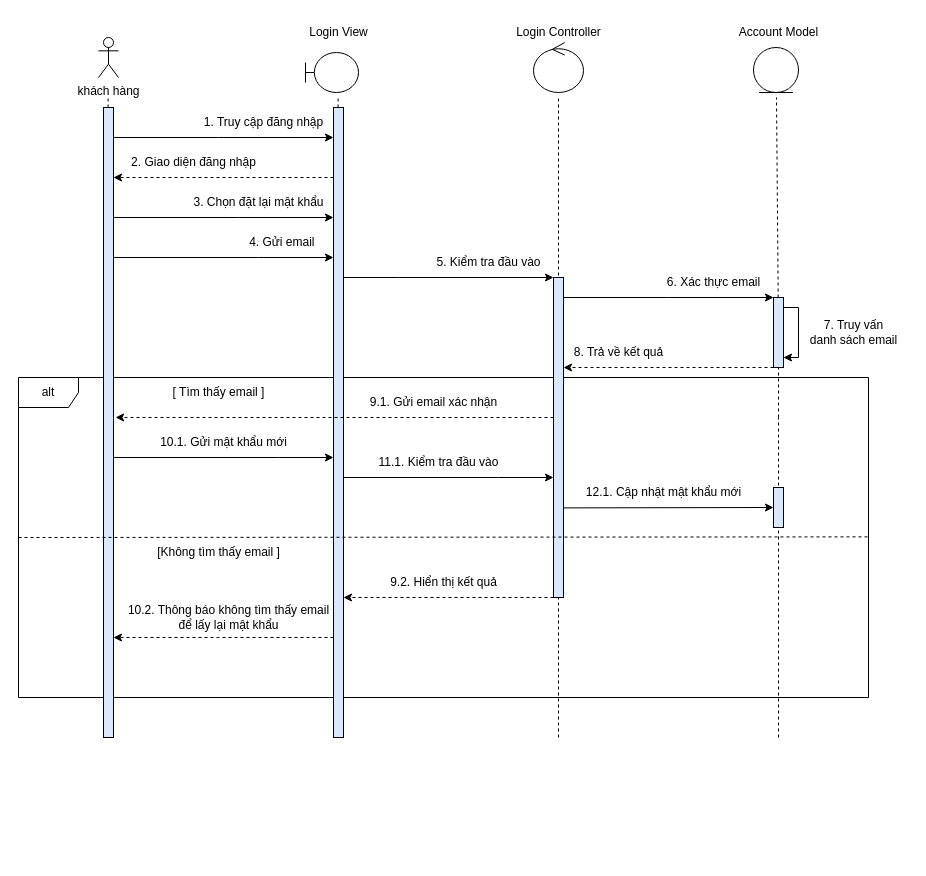
This is Nam3_HK1/CNPM_SoftTech/Sequence Diagrams/Quân Huỳnh/SD_QuênMậtKhẩu.drawio from EdgarIgnite16/SGU-Course, a draw.io file, before an edit. Source tidied: cells renumbered, new cells numbered last; positions are measured from the earlier drawing's top-left corner, leaving out a move shared by most shapes. Both pictures are drawn from the tidied source at 100%, with x=0, y=0 at pixel (18, 17).
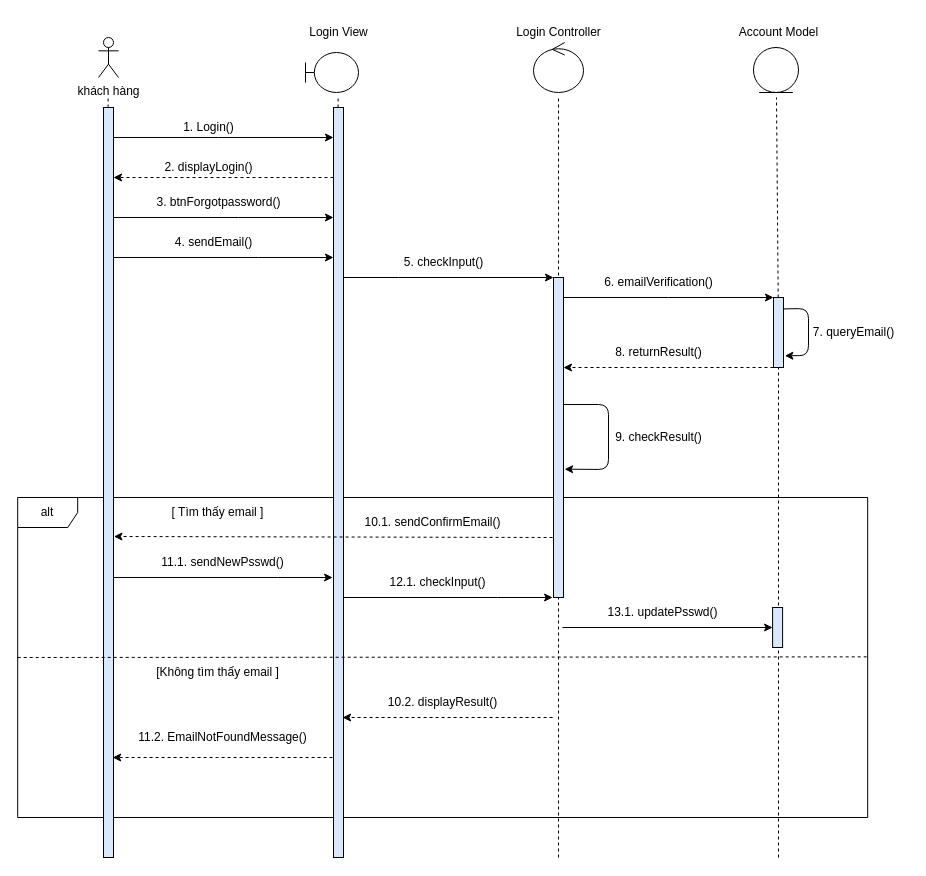
Above is the later version.

The change refers to these unchanged cells:
```xml
<mxCell id="11" style="rounded=0;whiteSpace=wrap;html=1;fillColor=#DAE8FC;" parent="1" vertex="1">
  <mxGeometry x="535" y="260" width="10" height="320" as="geometry" />
</mxCell>
<mxCell id="13" style="rounded=0;whiteSpace=wrap;html=1;fillColor=#DAE8FC;" parent="1" vertex="1">
  <mxGeometry x="755" y="280" width="10" height="70" as="geometry" />
</mxCell>
```

Change to the diagram source:
```diff
@@
     <mxCell id="2" value="alt" style="shape=umlFrame;whiteSpace=wrap;html=1;" parent="1" vertex="1">
-      <mxGeometry y="360" width="850" height="320" as="geometry" />
+      <mxGeometry x="-0.8" y="480" width="850" height="320" as="geometry" />
     </mxCell>
@@
     <mxCell id="6" style="endArrow=none;dashed=1;html=1;rounded=0;startArrow=none;" parent="1" edge="1">
       <mxGeometry relative="1" as="geometry">
-        <mxPoint x="540" y="720" as="sourcePoint" />
+        <mxPoint x="540" y="840" as="sourcePoint" />
         <mxPoint x="540" y="80" as="targetPoint" />
       </mxGeometry>
     </mxCell>
@@
-    <mxCell id="8" value="1. Truy cập đăng nhập" style="text;html=1;align=center;verticalAlign=middle;strokeColor=none;fillColor=none;" parent="1" vertex="1">
-      <mxGeometry x="175" y="90" width="140" height="30" as="geometry" />
+    <mxCell id="8" value="1. Login()" style="text;html=1;align=center;verticalAlign=middle;strokeColor=none;fillColor=none;" parent="1" vertex="1">
+      <mxGeometry x="155" y="100" width="70" height="20" as="geometry" />
     </mxCell>
@@
-    <mxCell id="10" style="edgeStyle=orthogonalEdgeStyle;rounded=0;jettySize=auto;html=1;dashed=1;" parent="1" edge="1" source="11" target="25">
+    <mxCell id="10" style="edgeStyle=orthogonalEdgeStyle;rounded=0;orthogonalLoop=1;jettySize=auto;html=1;dashed=1;" parent="1" edge="1">
       <mxGeometry relative="1" as="geometry">
+        <mxPoint x="534.1" y="700" as="sourcePoint" />
+        <mxPoint x="324.1" y="700" as="targetPoint" />
         <Array as="points">
-          <mxPoint x="430" y="580" />
-          <mxPoint x="430" y="580" />
+          <mxPoint x="429.1" y="700" />
+          <mxPoint x="429.1" y="700" />
         </Array>
       </mxGeometry>
     </mxCell>
@@
-    <mxCell id="23" style="edgeStyle=orthogonalEdgeStyle;rounded=0;jettySize=auto;html=1;" parent="1" edge="1" source="25" target="11">
+    <mxCell id="23" style="edgeStyle=orthogonalEdgeStyle;rounded=0;orthogonalLoop=1;jettySize=auto;html=1;" parent="1" edge="1">
       <mxGeometry relative="1" as="geometry">
+        <mxPoint x="324.1" y="580" as="sourcePoint" />
+        <mxPoint x="534.1" y="580" as="targetPoint" />
         <Array as="points">
-          <mxPoint x="480" y="460" />
-          <mxPoint x="480" y="460" />
+          <mxPoint x="479.1" y="580" />
+          <mxPoint x="479.1" y="580" />
         </Array>
       </mxGeometry>
     </mxCell>
-    <mxCell id="24" style="edgeStyle=orthogonalEdgeStyle;rounded=0;jettySize=auto;html=1;dashed=1;" parent="1" edge="1" source="25" target="38">
+    <mxCell id="24" style="edgeStyle=orthogonalEdgeStyle;rounded=0;orthogonalLoop=1;jettySize=auto;html=1;dashed=1;" parent="1" edge="1">
       <mxGeometry relative="1" as="geometry">
+        <mxPoint x="314.1" y="740" as="sourcePoint" />
+        <mxPoint x="94.2" y="740" as="targetPoint" />
         <Array as="points">
-          <mxPoint x="200" y="620" />
-          <mxPoint x="200" y="620" />
+          <mxPoint x="199.1" y="740" />
+          <mxPoint x="199.1" y="740" />
         </Array>
       </mxGeometry>
     </mxCell>
     <mxCell id="25" style="rounded=0;whiteSpace=wrap;html=1;fillColor=#DAE8FC;" parent="1" vertex="1">
-      <mxGeometry x="315" y="90" width="10" height="630" as="geometry" />
+      <mxGeometry x="315" y="90" width="10" height="750" as="geometry" />
     </mxCell>
-    <mxCell id="26" value="2. Giao diện đăng nhập" style="text;html=1;align=center;verticalAlign=middle;strokeColor=none;fillColor=none;" parent="1" vertex="1">
-      <mxGeometry x="100" y="130" width="150" height="30" as="geometry" />
+    <mxCell id="26" value="2. displayLogin()" style="text;html=1;align=center;verticalAlign=middle;strokeColor=none;fillColor=none;" parent="1" vertex="1">
+      <mxGeometry x="140" y="140" width="100" height="20" as="geometry" />
     </mxCell>
-    <mxCell id="27" value="3. Chọn đặt lại mật khẩu" style="text;html=1;align=center;verticalAlign=middle;strokeColor=none;fillColor=none;" parent="1" vertex="1">
-      <mxGeometry x="165" y="170" width="150" height="30" as="geometry" />
+    <mxCell id="27" value="3. btnForgotpassword()" style="text;html=1;align=center;verticalAlign=middle;strokeColor=none;fillColor=none;" parent="1" vertex="1">
+      <mxGeometry x="130" y="175" width="140" height="20" as="geometry" />
     </mxCell>
-    <mxCell id="28" value="4. Gửi email&amp;nbsp;" style="text;html=1;align=center;verticalAlign=middle;strokeColor=none;fillColor=none;" parent="1" vertex="1">
-      <mxGeometry x="220" y="210" width="90" height="30" as="geometry" />
+    <mxCell id="28" value="4. sendEmail()" style="text;html=1;align=center;verticalAlign=middle;strokeColor=none;fillColor=none;" parent="1" vertex="1">
+      <mxGeometry x="150" y="215" width="90" height="20" as="geometry" />
     </mxCell>
-    <mxCell id="29" value="5. Kiểm tra đầu vào" style="text;html=1;align=center;verticalAlign=middle;strokeColor=none;fillColor=none;" parent="1" vertex="1">
-      <mxGeometry x="405" y="230" width="130" height="30" as="geometry" />
+    <mxCell id="29" value="5. checkInput()" style="text;html=1;align=center;verticalAlign=middle;strokeColor=none;fillColor=none;" parent="1" vertex="1">
+      <mxGeometry x="380" y="235" width="90" height="20" as="geometry" />
     </mxCell>
-    <mxCell id="30" value="6. Xác thực email" style="text;html=1;align=center;verticalAlign=middle;strokeColor=none;fillColor=none;" parent="1" vertex="1">
-      <mxGeometry x="635" y="250" width="120" height="30" as="geometry" />
+    <mxCell id="30" value="6. emailVerification()" style="text;html=1;align=center;verticalAlign=middle;strokeColor=none;fillColor=none;" parent="1" vertex="1">
+      <mxGeometry x="580" y="255" width="120" height="20" as="geometry" />
     </mxCell>
-    <mxCell id="31" value="7. Truy vấn &lt;br&gt;danh sách email" style="text;html=1;align=center;verticalAlign=middle;strokeColor=none;fillColor=none;" parent="1" vertex="1">
-      <mxGeometry x="780" y="295" width="110" height="40" as="geometry" />
+    <mxCell id="31" value="7. queryEmail()" style="text;html=1;align=center;verticalAlign=middle;strokeColor=none;fillColor=none;" parent="1" vertex="1">
+      <mxGeometry x="785" y="305" width="100" height="20" as="geometry" />
     </mxCell>
-    <mxCell id="32" value="8. Trả về kết quả" style="text;html=1;align=center;verticalAlign=middle;strokeColor=none;fillColor=none;" parent="1" vertex="1">
-      <mxGeometry x="545" y="320" width="110" height="30" as="geometry" />
+    <mxCell id="32" value="8. returnResult()" style="text;html=1;align=center;verticalAlign=middle;strokeColor=none;fillColor=none;" parent="1" vertex="1">
+      <mxGeometry x="590" y="325" width="100" height="20" as="geometry" />
     </mxCell>
     <mxCell id="33" style="endArrow=none;dashed=1;html=1;rounded=0;startArrow=none;" parent="1" edge="1">
       <mxGeometry relative="1" as="geometry">
-        <mxPoint x="760" y="720" as="sourcePoint" />
+        <mxPoint x="760" y="840" as="sourcePoint" />
         <mxPoint x="760" y="400" as="targetPoint" />
       </mxGeometry>
     </mxCell>
@@
-    <mxCell id="37" style="edgeStyle=orthogonalEdgeStyle;rounded=0;jettySize=auto;html=1;" parent="1" edge="1" source="38" target="25">
+    <mxCell id="37" style="edgeStyle=orthogonalEdgeStyle;rounded=0;orthogonalLoop=1;jettySize=auto;html=1;" parent="1" edge="1">
       <mxGeometry relative="1" as="geometry">
+        <mxPoint x="94.2" y="560" as="sourcePoint" />
+        <mxPoint x="314.1" y="560" as="targetPoint" />
         <Array as="points">
-          <mxPoint x="260" y="440" />
-          <mxPoint x="260" y="440" />
+          <mxPoint x="259.1" y="560" />
+          <mxPoint x="259.1" y="560" />
         </Array>
       </mxGeometry>
     </mxCell>
     <mxCell id="38" style="rounded=0;whiteSpace=wrap;html=1;fillColor=#DAE8FC;" parent="1" vertex="1">
-      <mxGeometry x="85" y="90" width="10" height="630" as="geometry" />
+      <mxGeometry x="85" y="90" width="10" height="750" as="geometry" />
     </mxCell>
-    <mxCell id="39" style="endArrow=classic;html=1;rounded=0;dashed=1;exitX=0;exitY=0.5;exitDx=0;exitDy=0;entryX=1.207;entryY=0.492;entryDx=0;entryDy=0;entryPerimeter=0;" parent="1" edge="1" target="38">
+    <mxCell id="39" style="endArrow=classic;html=1;rounded=0;dashed=1;exitX=0;exitY=0.5;exitDx=0;exitDy=0;entryX=1.045;entryY=0.572;entryDx=0;entryDy=0;entryPerimeter=0;" parent="1" edge="1" target="38">
       <mxGeometry relative="1" as="geometry">
-        <mxPoint x="535" y="400" as="sourcePoint" />
+        <mxPoint x="534.1" y="520" as="sourcePoint" />
       </mxGeometry>
     </mxCell>
-    <mxCell id="40" style="edgeStyle=orthogonalEdgeStyle;rounded=0;orthogonalLoop=1;jettySize=auto;html=1;" parent="1" edge="1" source="13" target="13">
-      <mxGeometry relative="1" as="geometry">
-        <Array as="points">
-          <mxPoint x="780" y="290" />
-        </Array>
-      </mxGeometry>
-    </mxCell>
     <mxCell id="41" value="[ Tìm thấy email ]" style="text;html=1;align=center;verticalAlign=middle;strokeColor=none;fillColor=none;" parent="1" vertex="1">
-      <mxGeometry x="140" y="360" width="120" height="30" as="geometry" />
+      <mxGeometry x="139.2" y="480" width="120" height="30" as="geometry" />
     </mxCell>
-    <mxCell id="42" value="9.1. Gửi email xác nhận" style="text;html=1;align=center;verticalAlign=middle;strokeColor=none;fillColor=none;" parent="1" vertex="1">
-      <mxGeometry x="340" y="370" width="150" height="30" as="geometry" />
+    <mxCell id="42" value="10.1. sendConfirmEmail()" style="text;html=1;align=center;verticalAlign=middle;strokeColor=none;fillColor=none;" parent="1" vertex="1">
+      <mxGeometry x="339.1" y="495" width="150" height="20" as="geometry" />
     </mxCell>
-    <mxCell id="43" value="10.1. Gửi mật khẩu mới" style="text;html=1;align=center;verticalAlign=middle;strokeColor=none;fillColor=none;" parent="1" vertex="1">
-      <mxGeometry x="130" y="410" width="150" height="30" as="geometry" />
+    <mxCell id="43" value="11.1. sendNewPsswd()" style="text;html=1;align=center;verticalAlign=middle;strokeColor=none;fillColor=none;" parent="1" vertex="1">
+      <mxGeometry x="134.2" y="535" width="140" height="20" as="geometry" />
     </mxCell>
     <mxCell id="44" style="endArrow=none;dashed=1;html=1;rounded=0;entryX=1.002;entryY=0.498;entryDx=0;entryDy=0;entryPerimeter=0;" parent="1" edge="1" target="2">
       <mxGeometry relative="1" as="geometry">
-        <mxPoint y="520" as="sourcePoint" />
+        <mxPoint x="-0.8" y="640" as="sourcePoint" />
       </mxGeometry>
     </mxCell>
-    <mxCell id="45" value="11.1. Kiểm tra đầu vào" style="text;html=1;align=center;verticalAlign=middle;strokeColor=none;fillColor=none;" parent="1" vertex="1">
-      <mxGeometry x="350" y="430" width="140" height="30" as="geometry" />
+    <mxCell id="45" value="12.1. checkInput()" style="text;html=1;align=center;verticalAlign=middle;strokeColor=none;fillColor=none;" parent="1" vertex="1">
+      <mxGeometry x="364.1" y="555" width="110" height="20" as="geometry" />
     </mxCell>
     <mxCell id="46" style="rounded=0;whiteSpace=wrap;html=1;fillColor=#DAE8FC;" parent="1" vertex="1">
-      <mxGeometry x="755" y="470" width="10" height="40" as="geometry" />
+      <mxGeometry x="754.1" y="590" width="10" height="40" as="geometry" />
     </mxCell>
-    <mxCell id="47" style="endArrow=classic;html=1;rounded=0;entryX=0;entryY=0.5;entryDx=0;entryDy=0;exitX=0.973;exitY=0.72;exitDx=0;exitDy=0;exitPerimeter=0;" parent="1" edge="1" source="11" target="46">
-      <mxGeometry relative="1" as="geometry" />
+    <mxCell id="47" style="endArrow=classic;html=1;rounded=0;entryX=0;entryY=0.5;entryDx=0;entryDy=0;" parent="1" edge="1" target="46">
+      <mxGeometry relative="1" as="geometry">
+        <mxPoint x="544" y="610" as="sourcePoint" />
+      </mxGeometry>
     </mxCell>
-    <mxCell id="48" value="12.1. Cập nhật mật khẩu mới" style="text;html=1;align=center;verticalAlign=middle;strokeColor=none;fillColor=none;" parent="1" vertex="1">
-      <mxGeometry x="555" y="460" width="180" height="30" as="geometry" />
+    <mxCell id="48" value="13.1. updatePsswd()" style="text;html=1;align=center;verticalAlign=middle;strokeColor=none;fillColor=none;" parent="1" vertex="1">
+      <mxGeometry x="579.1" y="585" width="130" height="20" as="geometry" />
     </mxCell>
     <mxCell id="49" value="[Không tìm thấy email ]" style="text;html=1;align=center;verticalAlign=middle;strokeColor=none;fillColor=none;" parent="1" vertex="1">
-      <mxGeometry x="125" y="520" width="150" height="30" as="geometry" />
+      <mxGeometry x="124.2" y="640" width="150" height="30" as="geometry" />
     </mxCell>
-    <mxCell id="50" value="9.2. Hiển thị kết quả" style="text;html=1;align=center;verticalAlign=middle;strokeColor=none;fillColor=none;" parent="1" vertex="1">
-      <mxGeometry x="360" y="550" width="130" height="30" as="geometry" />
+    <mxCell id="50" value="10.2. displayResult()" style="text;html=1;align=center;verticalAlign=middle;strokeColor=none;fillColor=none;" parent="1" vertex="1">
+      <mxGeometry x="359.1" y="675" width="130" height="20" as="geometry" />
     </mxCell>
-    <mxCell id="51" value="10.2. Thông báo không tìm thấy email &lt;br&gt;để lấy lại mật khẩu" style="text;html=1;align=center;verticalAlign=middle;strokeColor=none;fillColor=none;" parent="1" vertex="1">
-      <mxGeometry x="100" y="580" width="220" height="40" as="geometry" />
+    <mxCell id="51" value="11.2. EmailNotFoundMessage()" style="text;html=1;align=center;verticalAlign=middle;strokeColor=none;fillColor=none;" parent="1" vertex="1">
+      <mxGeometry x="114.2" y="710" width="180" height="20" as="geometry" />
     </mxCell>
+    <mxCell id="40" style="endArrow=classic;html=1;exitX=0.94;exitY=0.163;exitDx=0;exitDy=0;exitPerimeter=0;entryX=1.134;entryY=0.833;entryDx=0;entryDy=0;entryPerimeter=0;" parent="1" edge="1" source="13" target="13">
+      <mxGeometry relative="1" as="geometry">
+        <Array as="points">
+          <mxPoint x="790" y="291" />
+          <mxPoint x="790" y="338" />
+        </Array>
+      </mxGeometry>
+    </mxCell>
+    <mxCell id="52" style="endArrow=classic;html=1;exitX=0.976;exitY=0.397;exitDx=0;exitDy=0;exitPerimeter=0;entryX=1.114;entryY=0.599;entryDx=0;entryDy=0;entryPerimeter=0;" parent="1" edge="1" source="11" target="11">
+      <mxGeometry relative="1" as="geometry">
+        <Array as="points">
+          <mxPoint x="590" y="387" />
+          <mxPoint x="590" y="452" />
+        </Array>
+      </mxGeometry>
+    </mxCell>
+    <mxCell id="53" value="9. checkResult()" style="text;html=1;align=center;verticalAlign=middle;" parent="1" vertex="1">
+      <mxGeometry x="590" y="410" width="100" height="20" as="geometry" />
+    </mxCell>
```
